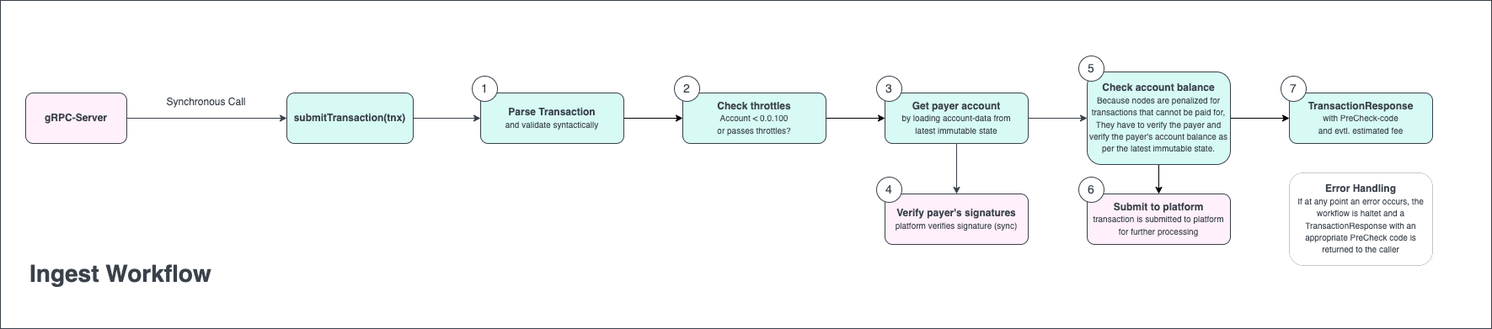
Before: hedera-node/docs/design/app/images/Ingest Workflow.drawio.png, a diagram exported from draw.io (hashgraph/hedera-services). Source tidied: cells renumbered, new cells last; positions are measured from the earlier drawing's top-left corner, leaving out a move shared by most shapes.
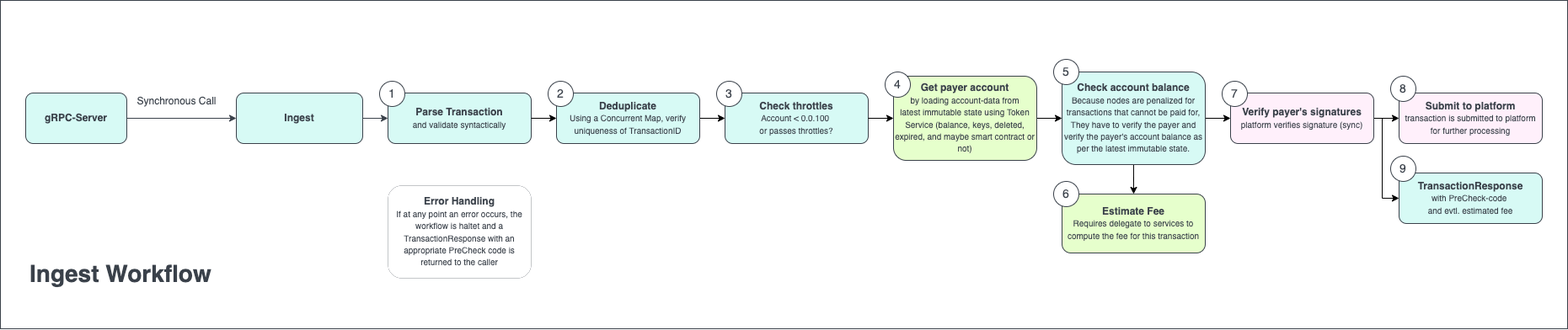
Later version of the same file.

What changed in the source:
```diff
@@ -1,92 +1,115 @@
-<mxGraphModel>
+<mxGraphModel background="#ffffff">
   <root>
     <mxCell id="0" />
     <mxCell id="1" parent="0" />
-    <mxCell id="2" style="rounded=0;whiteSpace=wrap;html=1;strokeColor=#3A414A;fillColor=default;" parent="1" vertex="1">
-      <mxGeometry width="1770" height="390" as="geometry" />
+    <mxCell id="2" style="rounded=0;whiteSpace=wrap;html=1;strokeColor=#3A414A;fillColor=default;labelBackgroundColor=default;" parent="1" vertex="1">
+      <mxGeometry width="1860" height="390" as="geometry" />
     </mxCell>
     <mxCell id="3" style="edgeStyle=orthogonalEdgeStyle;rounded=0;jettySize=auto;html=1;exitX=1;exitY=0.5;exitDx=0;exitDy=0;entryX=0;entryY=0.5;entryDx=0;entryDy=0;fontSize=12;fontColor=#3A414A;strokeColor=#3A414A;" parent="1" edge="1" source="5" target="6">
       <mxGeometry relative="1" as="geometry" />
     </mxCell>
-    <mxCell id="4" value="Synchronous Call" style="edgeLabel;html=1;align=center;verticalAlign=middle;fontSize=12;fontColor=#3A414A;" parent="3" vertex="1">
+    <mxCell id="4" value="Synchronous Call" style="edgeLabel;html=1;align=center;verticalAlign=middle;fontSize=12;fontColor=#3A414A;labelBackgroundColor=default;" parent="3" vertex="1">
       <mxGeometry x="0.14" y="-2" relative="1" as="geometry">
         <mxPoint x="-16" y="-22" as="offset" />
       </mxGeometry>
     </mxCell>
-    <mxCell id="5" value="&lt;font color=&quot;#3a414a&quot;&gt;&lt;b&gt;gRPC-Server&lt;/b&gt;&lt;/font&gt;" style="rounded=1;whiteSpace=wrap;html=1;fontSize=12;fillColor=#FFF0FB;strokeColor=#3A414A;" parent="1" vertex="1">
+    <mxCell id="5" value="&lt;font color=&quot;#3a414a&quot;&gt;&lt;b&gt;gRPC-Server&lt;/b&gt;&lt;/font&gt;" style="rounded=1;whiteSpace=wrap;html=1;fontSize=12;fillColor=#d7faf5;strokeColor=#3A414A;" parent="1" vertex="1">
       <mxGeometry x="30" y="110" width="120" height="60" as="geometry" />
     </mxCell>
-    <mxCell id="6" value="&lt;font color=&quot;#3a414a&quot;&gt;&lt;b&gt;submitTransaction(tnx)&lt;/b&gt;&lt;/font&gt;&lt;font color=&quot;#3a414a&quot;&gt;&lt;br&gt;&lt;/font&gt;" style="rounded=1;whiteSpace=wrap;html=1;fontSize=12;fillColor=#D7FAf5;strokeColor=#3A414A;" parent="1" vertex="1">
-      <mxGeometry x="340" y="110" width="150" height="60" as="geometry" />
+    <mxCell id="6" value="&lt;font color=&quot;#3a414a&quot;&gt;&lt;b&gt;Ingest&lt;/b&gt;&lt;/font&gt;&lt;font color=&quot;#3a414a&quot;&gt;&lt;br&gt;&lt;/font&gt;" style="rounded=1;whiteSpace=wrap;html=1;fontSize=12;fillColor=#D7FAf5;strokeColor=#3A414A;" parent="1" vertex="1">
+      <mxGeometry x="280" y="110" width="150" height="60" as="geometry" />
     </mxCell>
-    <mxCell id="7" style="edgeStyle=orthogonalEdgeStyle;rounded=0;jettySize=auto;html=1;exitX=1;exitY=0.5;exitDx=0;exitDy=0;entryX=0;entryY=0.5;entryDx=0;entryDy=0;" parent="1" edge="1" source="8" target="22">
+    <mxCell id="7" style="edgeStyle=orthogonalEdgeStyle;rounded=0;jettySize=auto;html=1;exitX=1;exitY=0.5;exitDx=0;exitDy=0;entryX=0;entryY=0.5;entryDx=0;entryDy=0;startArrow=none;" parent="1" edge="1" source="35" target="22">
       <mxGeometry relative="1" as="geometry" />
     </mxCell>
     <mxCell id="8" value="&lt;font color=&quot;#3a414a&quot;&gt;&lt;b&gt;Parse Transaction&lt;/b&gt;&lt;br&gt;&lt;font style=&quot;font-size: 10px;&quot;&gt;and validate syntactically&lt;/font&gt;&lt;br&gt;&lt;/font&gt;" style="rounded=1;whiteSpace=wrap;html=1;fontSize=12;fillColor=#D7FAf5;strokeColor=#3A414A;" parent="1" vertex="1">
-      <mxGeometry x="570" y="110" width="170" height="60" as="geometry" />
+      <mxGeometry x="460" y="110" width="170" height="60" as="geometry" />
     </mxCell>
     <mxCell id="9" style="edgeStyle=orthogonalEdgeStyle;rounded=0;jettySize=auto;html=1;exitX=1;exitY=0.5;exitDx=0;exitDy=0;entryX=0;entryY=0.5;entryDx=0;entryDy=0;fontSize=12;fontColor=#3A414A;strokeColor=#3A414A;" parent="1" edge="1" source="6" target="8">
       <mxGeometry relative="1" as="geometry" />
     </mxCell>
-    <mxCell id="10" style="edgeStyle=orthogonalEdgeStyle;rounded=0;jettySize=auto;html=1;entryX=0.5;entryY=0;entryDx=0;entryDy=0;strokeColor=#3A414A;fontSize=14;fontColor=#3A414A;" parent="1" edge="1" source="12" target="13">
-      <mxGeometry relative="1" as="geometry" />
-    </mxCell>
-    <mxCell id="11" style="edgeStyle=orthogonalEdgeStyle;rounded=0;jettySize=auto;html=1;entryX=0;entryY=0.5;entryDx=0;entryDy=0;strokeColor=#3A414A;fontSize=14;fontColor=#3A414A;" parent="1" edge="1" source="12" target="16">
-      <mxGeometry relative="1" as="geometry" />
-    </mxCell>
-    <mxCell id="12" value="&lt;font color=&quot;#3a414a&quot;&gt;&lt;b&gt;Get payer account&lt;/b&gt;&lt;br&gt;&lt;span style=&quot;font-size: 10px;&quot;&gt;by loading account-data from&lt;br&gt;latest immutable state&lt;/span&gt;&lt;br&gt;&lt;/font&gt;" style="rounded=1;whiteSpace=wrap;html=1;fontSize=12;fillColor=#D7FAf5;strokeColor=#3A414A;" parent="1" vertex="1">
-      <mxGeometry x="1050" y="110" width="170" height="60" as="geometry" />
-    </mxCell>
+    <mxCell id="30" style="edgeStyle=orthogonalEdgeStyle;rounded=0;jettySize=auto;html=1;entryX=0;entryY=0.5;entryDx=0;entryDy=0;endArrow=classic;endFill=1;" parent="1" edge="1" source="13" target="23">
+      <mxGeometry relative="1" as="geometry" />
+    </mxCell>
+    <mxCell id="31" style="edgeStyle=orthogonalEdgeStyle;rounded=0;jettySize=auto;html=1;entryX=0;entryY=0.5;entryDx=0;entryDy=0;endArrow=classic;endFill=1;" parent="1" edge="1" source="13" target="26">
+      <mxGeometry relative="1" as="geometry">
+        <Array as="points">
+          <mxPoint x="1640" y="140" />
+          <mxPoint x="1640" y="235" />
+        </Array>
+      </mxGeometry>
+    </mxCell>
     <mxCell id="13" value="&lt;font color=&quot;#3a414a&quot;&gt;&lt;b&gt;Verify payer's signatures&lt;/b&gt;&lt;br&gt;&lt;font style=&quot;font-size: 10px;&quot;&gt;platform verifies signature (sync)&lt;/font&gt;&lt;br&gt;&lt;/font&gt;" style="rounded=1;whiteSpace=wrap;html=1;fontSize=12;fillColor=#FFF0FB;strokeColor=#3A414A;" parent="1" vertex="1">
-      <mxGeometry x="1050" y="230" width="170" height="60" as="geometry" />
+      <mxGeometry x="1460" y="110" width="170" height="60" as="geometry" />
     </mxCell>
-    <mxCell id="14" style="edgeStyle=orthogonalEdgeStyle;rounded=0;jettySize=auto;html=1;exitX=0.5;exitY=1;exitDx=0;exitDy=0;entryX=0.5;entryY=0;entryDx=0;entryDy=0;" parent="1" edge="1" source="16" target="23">
-      <mxGeometry relative="1" as="geometry" />
-    </mxCell>
-    <mxCell id="15" style="edgeStyle=orthogonalEdgeStyle;rounded=0;jettySize=auto;html=1;exitX=1;exitY=0.5;exitDx=0;exitDy=0;entryX=0;entryY=0.5;entryDx=0;entryDy=0;" parent="1" edge="1" source="16" target="26">
-      <mxGeometry relative="1" as="geometry" />
-    </mxCell>
+    <mxCell id="32" style="edgeStyle=orthogonalEdgeStyle;rounded=0;jettySize=auto;html=1;entryX=0;entryY=0.5;entryDx=0;entryDy=0;endArrow=classic;endFill=1;" parent="1" edge="1" source="16" target="13">
+      <mxGeometry relative="1" as="geometry" />
+    </mxCell>
+    <mxCell id="33" style="edgeStyle=orthogonalEdgeStyle;rounded=0;jettySize=auto;html=1;entryX=0.5;entryY=0;entryDx=0;entryDy=0;" parent="1" edge="1" source="16" target="37">
+      <mxGeometry relative="1" as="geometry" />
+    </mxCell>
     <mxCell id="16" value="&lt;font color=&quot;#3a414a&quot;&gt;&lt;b&gt;Check account balance&lt;br&gt;&lt;/b&gt;&lt;font style=&quot;font-size: 10px;&quot;&gt;Because nodes are penalized for transactions that cannot be paid for, They have to verify the payer and verify the payer's account balance as per the latest immutable state.&lt;/font&gt;&lt;br&gt;&lt;/font&gt;" style="rounded=1;whiteSpace=wrap;html=1;fontSize=12;fillColor=#D7FAf5;strokeColor=#3A414A;" parent="1" vertex="1">
-      <mxGeometry x="1290" y="85" width="170" height="110" as="geometry" />
+      <mxGeometry x="1260" y="85" width="170" height="110" as="geometry" />
     </mxCell>
-    <mxCell id="17" value="1" style="ellipse;whiteSpace=wrap;html=1;labelBorderColor=none;strokeColor=#3A414A;fontSize=14;fontColor=#3A414A;fillColor=default;" parent="1" vertex="1">
-      <mxGeometry x="560" y="90" width="30" height="30" as="geometry" />
+    <mxCell id="17" value="1" style="ellipse;whiteSpace=wrap;html=1;labelBorderColor=none;strokeColor=#3A414A;fontSize=14;fontColor=#3A414A;fillColor=default;labelBackgroundColor=default;" parent="1" vertex="1">
+      <mxGeometry x="450" y="96" width="30" height="30" as="geometry" />
     </mxCell>
-    <mxCell id="18" value="3" style="ellipse;whiteSpace=wrap;html=1;labelBorderColor=none;strokeColor=#3A414A;fontSize=14;fontColor=#3A414A;fillColor=default;" parent="1" vertex="1">
-      <mxGeometry x="1040" y="90" width="30" height="30" as="geometry" />
-    </mxCell>
-    <mxCell id="19" value="&lt;h1&gt;Ingest Workflow&lt;/h1&gt;" style="text;html=1;strokeColor=none;fillColor=none;spacing=5;spacingTop=-20;whiteSpace=wrap;overflow=hidden;rounded=0;labelBorderColor=none;fontSize=14;fontColor=#3A414A;" parent="1" vertex="1">
+    <mxCell id="19" value="&lt;h1&gt;Ingest Workflow&lt;/h1&gt;" style="text;html=1;strokeColor=none;fillColor=none;spacing=5;spacingTop=-20;whiteSpace=wrap;overflow=hidden;rounded=0;labelBorderColor=none;fontSize=14;fontColor=#3A414A;labelBackgroundColor=default;" parent="1" vertex="1">
       <mxGeometry x="30" y="300" width="480" height="50" as="geometry" />
     </mxCell>
-    <mxCell id="20" value="4" style="ellipse;whiteSpace=wrap;html=1;labelBorderColor=none;strokeColor=#3A414A;fontSize=14;fontColor=#3A414A;fillColor=default;" parent="1" vertex="1">
-      <mxGeometry x="1040" y="210" width="30" height="30" as="geometry" />
-    </mxCell>
-    <mxCell id="21" style="edgeStyle=orthogonalEdgeStyle;rounded=0;jettySize=auto;html=1;exitX=1;exitY=0.5;exitDx=0;exitDy=0;entryX=0;entryY=0.5;entryDx=0;entryDy=0;" parent="1" edge="1" source="22" target="12">
-      <mxGeometry relative="1" as="geometry" />
-    </mxCell>
+    <mxCell id="11" style="edgeStyle=orthogonalEdgeStyle;rounded=0;jettySize=auto;html=1;entryX=0;entryY=0.5;entryDx=0;entryDy=0;endArrow=classic;endFill=1;startArrow=none;" parent="1" edge="1" source="12" target="16">
+      <mxGeometry relative="1" as="geometry" />
+    </mxCell>
     <mxCell id="22" value="&lt;font color=&quot;#3a414a&quot;&gt;&lt;b&gt;Check throttles&lt;br&gt;&lt;/b&gt;&lt;font style=&quot;font-size: 10px;&quot;&gt;Account &amp;lt; 0.0.100 &lt;br&gt;or p&lt;/font&gt;&lt;span style=&quot;font-size: 10px;&quot;&gt;asses throttles?&lt;/span&gt;&lt;br&gt;&lt;/font&gt;" style="rounded=1;whiteSpace=wrap;html=1;fontSize=12;fillColor=#D7FAf5;strokeColor=#3A414A;" parent="1" vertex="1">
-      <mxGeometry x="810" y="110" width="170" height="60" as="geometry" />
+      <mxGeometry x="860" y="110" width="170" height="60" as="geometry" />
     </mxCell>
     <mxCell id="23" value="&lt;font color=&quot;#3a414a&quot;&gt;&lt;b&gt;Submit to platform&lt;/b&gt;&lt;br&gt;&lt;font style=&quot;font-size: 10px;&quot;&gt;transaction is submitted to platform for further processing&lt;/font&gt;&lt;br&gt;&lt;/font&gt;" style="rounded=1;whiteSpace=wrap;html=1;fontSize=12;fillColor=#FFF0FB;strokeColor=#3A414A;" parent="1" vertex="1">
-      <mxGeometry x="1290" y="230" width="170" height="60" as="geometry" />
+      <mxGeometry x="1660" y="110" width="170" height="60" as="geometry" />
     </mxCell>
-    <mxCell id="24" value="5" style="ellipse;whiteSpace=wrap;html=1;labelBorderColor=none;strokeColor=#3A414A;fontSize=14;fontColor=#3A414A;fillColor=default;" parent="1" vertex="1">
-      <mxGeometry x="1280" y="66" width="30" height="30" as="geometry" />
+    <mxCell id="24" value="5" style="ellipse;whiteSpace=wrap;html=1;labelBorderColor=none;strokeColor=#3A414A;fontSize=14;fontColor=#3A414A;fillColor=default;labelBackgroundColor=default;" parent="1" vertex="1">
+      <mxGeometry x="1250" y="70" width="30" height="30" as="geometry" />
     </mxCell>
-    <mxCell id="25" value="6" style="ellipse;whiteSpace=wrap;html=1;labelBorderColor=none;strokeColor=#3A414A;fontSize=14;fontColor=#3A414A;fillColor=default;" parent="1" vertex="1">
-      <mxGeometry x="1280" y="210" width="30" height="30" as="geometry" />
+    <mxCell id="25" value="7" style="ellipse;whiteSpace=wrap;html=1;labelBorderColor=none;strokeColor=#3A414A;fontSize=14;fontColor=#3A414A;fillColor=default;labelBackgroundColor=default;" parent="1" vertex="1">
+      <mxGeometry x="1450" y="96" width="30" height="30" as="geometry" />
     </mxCell>
     <mxCell id="26" value="&lt;font color=&quot;#3a414a&quot;&gt;&lt;b&gt;TransactionResponse&lt;/b&gt;&lt;/font&gt;&lt;span style=&quot;color: rgb(58, 65, 74); font-size: 10px;&quot;&gt;&lt;br&gt;with PreCheck-code &lt;br&gt;and evtl. estimated fee&lt;/span&gt;&lt;font color=&quot;#3a414a&quot;&gt;&lt;br&gt;&lt;/font&gt;" style="rounded=1;whiteSpace=wrap;html=1;fontSize=12;fillColor=#D7FAf5;strokeColor=#3A414A;" parent="1" vertex="1">
-      <mxGeometry x="1530" y="110" width="170" height="60" as="geometry" />
+      <mxGeometry x="1660" y="205" width="170" height="60" as="geometry" />
     </mxCell>
-    <mxCell id="27" value="7" style="ellipse;whiteSpace=wrap;html=1;labelBorderColor=none;strokeColor=#3A414A;fontSize=14;fontColor=#3A414A;fillColor=default;" parent="1" vertex="1">
-      <mxGeometry x="1520" y="90" width="30" height="30" as="geometry" />
+    <mxCell id="27" value="9" style="ellipse;whiteSpace=wrap;html=1;labelBorderColor=none;strokeColor=#3A414A;fontSize=14;fontColor=#3A414A;fillColor=default;labelBackgroundColor=default;" parent="1" vertex="1">
+      <mxGeometry x="1650" y="185" width="30" height="30" as="geometry" />
     </mxCell>
+    <mxCell id="29" value="&lt;font color=&quot;#3a414a&quot;&gt;&lt;b&gt;Error Handling&lt;br&gt;&lt;/b&gt;&lt;font style=&quot;font-size: 10px;&quot;&gt;If at any point an error occurs, the workflow is haltet and a TransactionResponse with an appropriate PreCheck code is returned to the caller&lt;/font&gt;&lt;br&gt;&lt;/font&gt;" style="rounded=1;whiteSpace=wrap;html=1;fontSize=12;fillColor=none;strokeColor=#3A414A;strokeWidth=0;labelBackgroundColor=default;" parent="1" vertex="1">
+      <mxGeometry x="460" y="220" width="170" height="110" as="geometry" />
+    </mxCell>
+    <mxCell id="34" style="edgeStyle=orthogonalEdgeStyle;rounded=0;jettySize=auto;html=1;exitX=1;exitY=0.5;exitDx=0;exitDy=0;entryX=0;entryY=0.5;entryDx=0;entryDy=0;endArrow=classic;endFill=1;" parent="1" edge="1" source="8" target="35">
+      <mxGeometry relative="1" as="geometry" />
+    </mxCell>
+    <mxCell id="35" value="&lt;font color=&quot;#3a414a&quot;&gt;&lt;b&gt;Deduplicate&lt;br&gt;&lt;/b&gt;&lt;span style=&quot;font-size: 10px;&quot;&gt;Using a Concurrent Map, verify uniqueness of TransactionID&lt;/span&gt;&lt;br&gt;&lt;/font&gt;" style="rounded=1;whiteSpace=wrap;html=1;fontSize=12;fillColor=#D7FAf5;strokeColor=#3A414A;" parent="1" vertex="1">
+      <mxGeometry x="660" y="110" width="170" height="60" as="geometry" />
+    </mxCell>
-    <mxCell id="28" value="2" style="ellipse;whiteSpace=wrap;html=1;labelBorderColor=none;strokeColor=#3A414A;fontSize=14;fontColor=#3A414A;fillColor=default;" parent="1" vertex="1">
-      <mxGeometry x="800" y="90" width="30" height="30" as="geometry" />
+    <mxCell id="28" value="2" style="ellipse;whiteSpace=wrap;html=1;labelBorderColor=none;strokeColor=#3A414A;fontSize=14;fontColor=#3A414A;fillColor=default;labelBackgroundColor=default;" parent="1" vertex="1">
+      <mxGeometry x="650" y="96" width="30" height="30" as="geometry" />
     </mxCell>
-    <mxCell id="29" value="&lt;font color=&quot;#3a414a&quot;&gt;&lt;b&gt;Error Handling&lt;br&gt;&lt;/b&gt;&lt;font style=&quot;font-size: 10px;&quot;&gt;If at any point an error occurs, the workflow is haltet and a TransactionResponse with an appropriate PreCheck code is returned to the caller&lt;/font&gt;&lt;br&gt;&lt;/font&gt;" style="rounded=1;whiteSpace=wrap;html=1;fontSize=12;fillColor=none;strokeColor=#3A414A;strokeWidth=0;" parent="1" vertex="1">
-      <mxGeometry x="1530" y="205" width="170" height="110" as="geometry" />
-    </mxCell>
+    <mxCell id="18" value="3" style="ellipse;whiteSpace=wrap;html=1;labelBorderColor=none;strokeColor=#3A414A;fontSize=14;fontColor=#3A414A;fillColor=default;labelBackgroundColor=default;" parent="1" vertex="1">
+      <mxGeometry x="850" y="96" width="30" height="30" as="geometry" />
+    </mxCell>
+    <mxCell id="21" style="edgeStyle=orthogonalEdgeStyle;rounded=0;jettySize=auto;html=1;entryX=0;entryY=0.5;entryDx=0;entryDy=0;endArrow=classic;endFill=1;" parent="1" edge="1" source="22" target="12">
+      <mxGeometry relative="1" as="geometry" />
+    </mxCell>
+    <mxCell id="12" value="&lt;font color=&quot;#3a414a&quot;&gt;&lt;b&gt;Get payer account&lt;/b&gt;&lt;br&gt;&lt;span style=&quot;font-size: 10px;&quot;&gt;by loading account-data from&lt;br&gt;latest immutable state using Token Service (balance, keys, deleted, expired, and maybe smart contract or not)&lt;/span&gt;&lt;br&gt;&lt;/font&gt;" style="rounded=1;whiteSpace=wrap;html=1;fontSize=12;fillColor=#E6FFCC;strokeColor=#3A414A;" parent="1" vertex="1">
+      <mxGeometry x="1060" y="90" width="170" height="100" as="geometry" />
+    </mxCell>
+    <mxCell id="20" value="4" style="ellipse;whiteSpace=wrap;html=1;labelBorderColor=none;strokeColor=#3A414A;fontSize=14;fontColor=#3A414A;fillColor=default;labelBackgroundColor=default;" parent="1" vertex="1">
+      <mxGeometry x="1050" y="85" width="30" height="30" as="geometry" />
+    </mxCell>
+    <mxCell id="36" value="8" style="ellipse;whiteSpace=wrap;html=1;labelBorderColor=none;strokeColor=#3A414A;fontSize=14;fontColor=#3A414A;fillColor=default;labelBackgroundColor=default;" parent="1" vertex="1">
+      <mxGeometry x="1650" y="90" width="30" height="30" as="geometry" />
+    </mxCell>
+    <mxCell id="37" value="&lt;font color=&quot;#3a414a&quot;&gt;&lt;b&gt;Estimate Fee&lt;br&gt;&lt;/b&gt;&lt;font style=&quot;font-size: 10px;&quot;&gt;Requires delegate to services to compute the fee for this transaction&lt;/font&gt;&lt;br&gt;&lt;/font&gt;" style="rounded=1;whiteSpace=wrap;html=1;fontSize=12;fillColor=#E6FFCC;strokeColor=#3A414A;" parent="1" vertex="1">
+      <mxGeometry x="1260" y="230" width="170" height="70" as="geometry" />
+    </mxCell>
+    <mxCell id="38" value="6" style="ellipse;whiteSpace=wrap;html=1;labelBorderColor=none;strokeColor=#3A414A;fontSize=14;fontColor=#3A414A;fillColor=default;labelBackgroundColor=default;" parent="1" vertex="1">
+      <mxGeometry x="1250" y="215" width="30" height="30" as="geometry" />
+    </mxCell>
   </root>
 </mxGraphModel>
```
